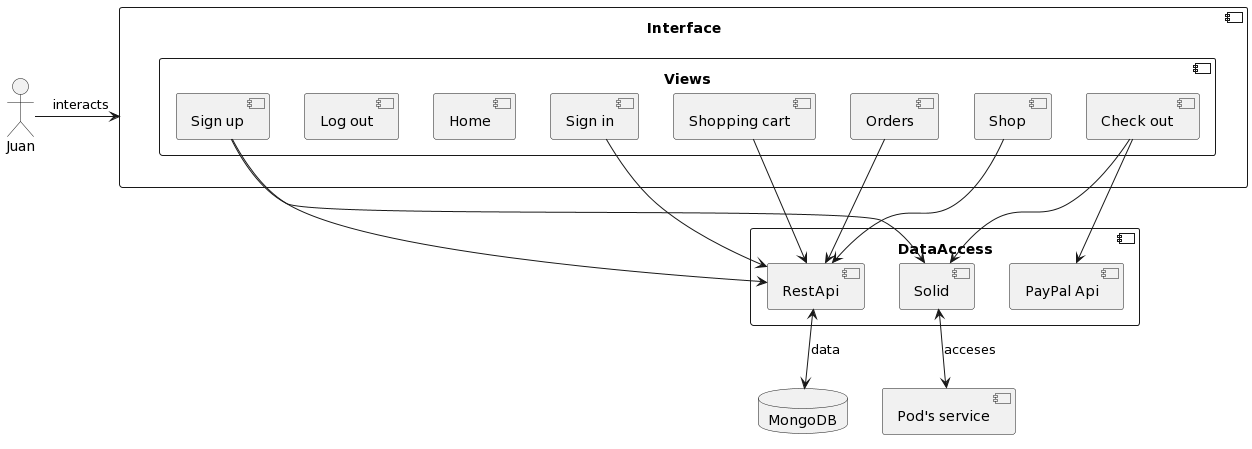
The PlantUML diagram docs/images/level3.png in Arquisoft/dede_en2a, before a commit.
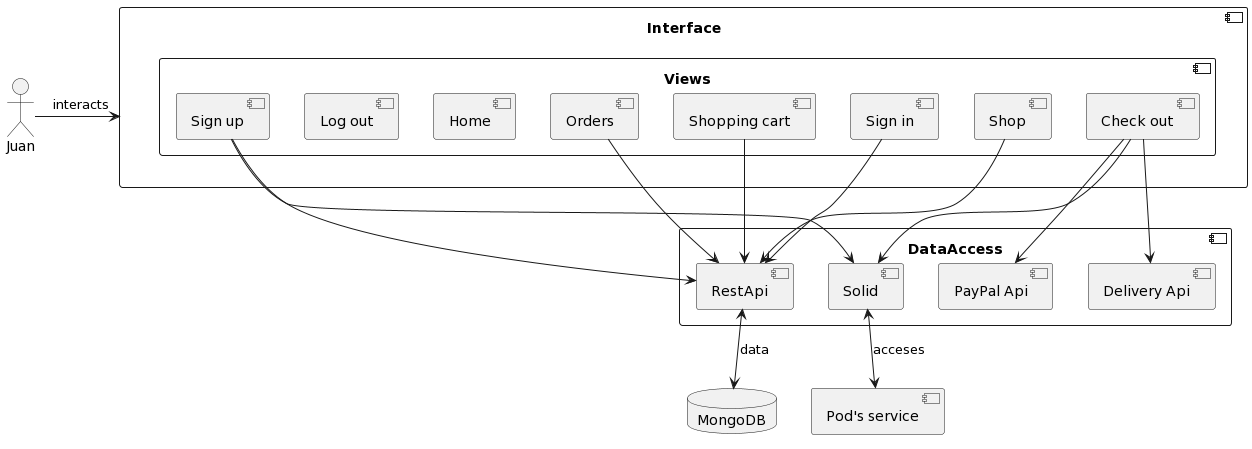
Later version of the same file.

The edit, as a diff of the source:
```diff
@@ -18,6 +18,7 @@
        Component sol as "Solid"
        Component res as "RestApi"
        Component pay as "PayPal Api"
+       Component de as "Delivery Api"
 }
 
 Component pod as "Pod's service"
@@ -35,6 +36,7 @@
 
 
 ck -down-> pay
+ck-down->de
 
 
 
```
